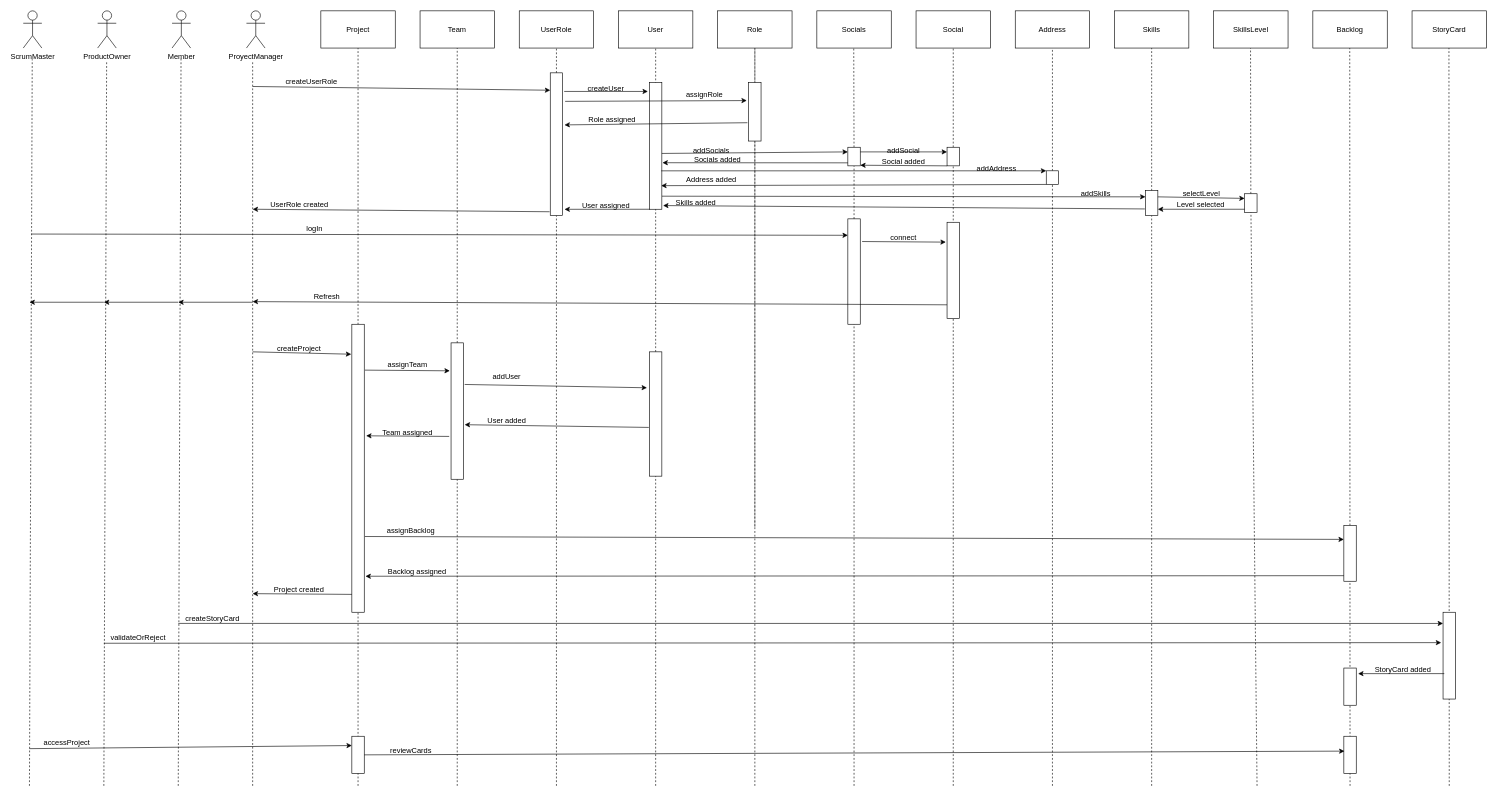
Above: Diagramas/Diagrama_de_interacciòn.drawio in DiegoMTZGlz/project_manager (draw.io), before the change. Source tidied: cells renumbered, new cells numbered last; positions are measured from the earlier drawing's top-left corner, leaving out a move shared by most shapes. Both pictures are drawn from the tidied source at 62%, with x=0, y=0 at pixel (23, 11).
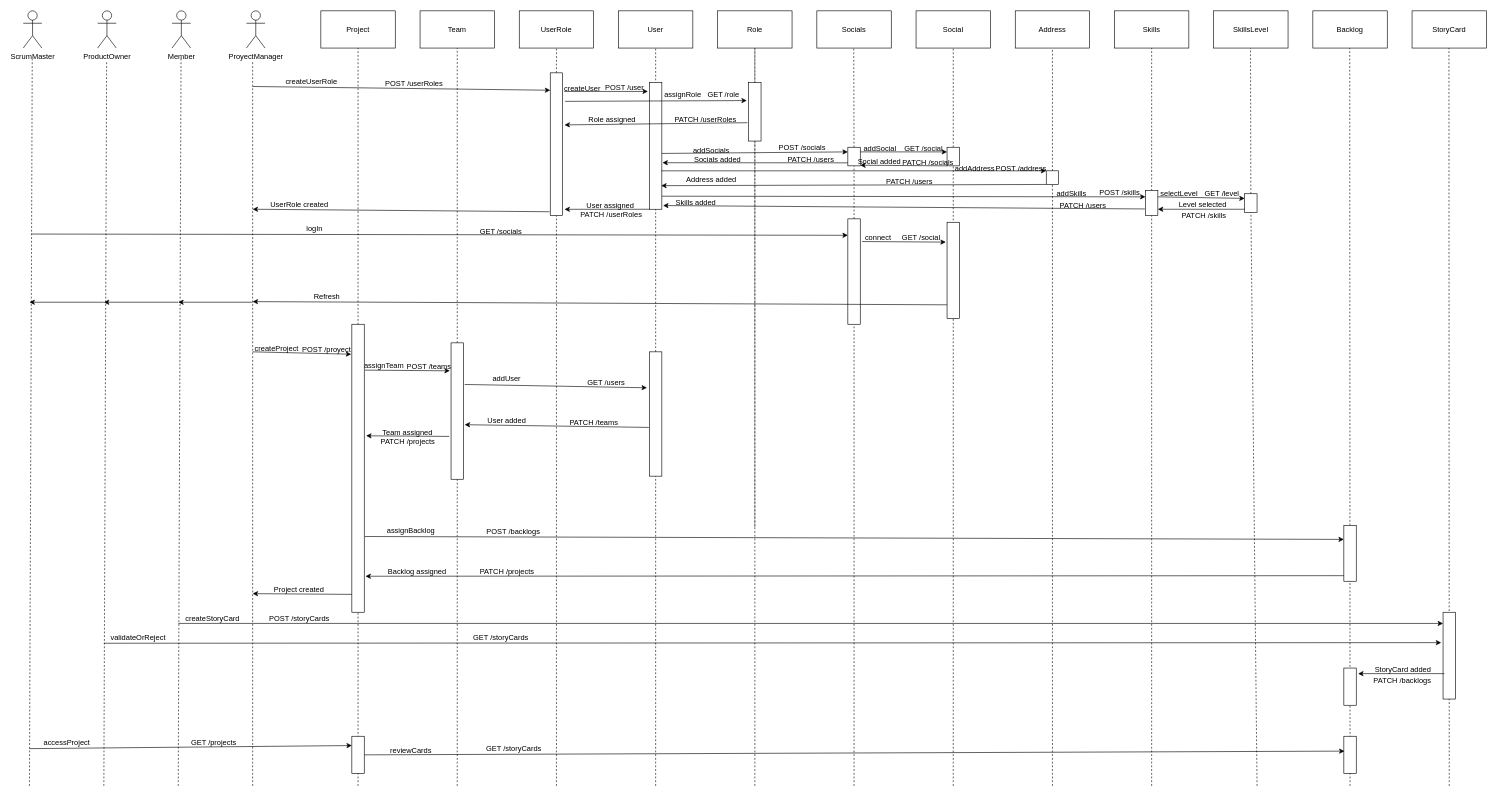
After the change.

Commit message (it also covers changes not shown here):
Actualizando diagrama de interacciòn

The edit, as a diff of the source:
```diff
@@
     <mxCell id="16" value="createProject" style="text;html=1;strokeColor=none;fillColor=none;align=center;verticalAlign=middle;whiteSpace=wrap;rounded=0;" parent="1" vertex="1">
-      <mxGeometry x="415" y="530" width="60" height="30" as="geometry" />
+      <mxGeometry x="379" y="530" width="60" height="30" as="geometry" />
     </mxCell>
@@
     <mxCell id="24" value="assignTeam" style="text;html=1;strokeColor=none;fillColor=none;align=center;verticalAlign=middle;whiteSpace=wrap;rounded=0;" parent="1" vertex="1">
-      <mxGeometry x="590" y="555.5" width="60" height="30" as="geometry" />
+      <mxGeometry x="552" y="557.5" width="60" height="30" as="geometry" />
     </mxCell>
@@
     <mxCell id="26" value="Team assigned" style="text;html=1;strokeColor=none;fillColor=none;align=center;verticalAlign=middle;whiteSpace=wrap;rounded=0;" parent="1" vertex="1">
-      <mxGeometry x="575" y="665.5" width="90" height="30" as="geometry" />
+      <mxGeometry x="575" y="664.5" width="90" height="30" as="geometry" />
     </mxCell>
@@
     <mxCell id="37" value="connect" style="text;html=1;strokeColor=none;fillColor=none;align=center;verticalAlign=middle;whiteSpace=wrap;rounded=0;" parent="1" vertex="1">
-      <mxGeometry x="1390" y="351" width="60" height="30" as="geometry" />
+      <mxGeometry x="1349" y="351" width="60" height="30" as="geometry" />
     </mxCell>
@@
     <mxCell id="42" value="addUser" style="text;html=1;strokeColor=none;fillColor=none;align=center;verticalAlign=middle;whiteSpace=wrap;rounded=0;" parent="1" vertex="1">
-      <mxGeometry x="750" y="575.5" width="60" height="30" as="geometry" />
+      <mxGeometry x="750" y="577.5" width="60" height="30" as="geometry" />
     </mxCell>
@@
     <mxCell id="52" value="createUser" style="text;html=1;strokeColor=none;fillColor=none;align=center;verticalAlign=middle;whiteSpace=wrap;rounded=0;" parent="1" vertex="1">
-      <mxGeometry x="910" y="110" width="60" height="30" as="geometry" />
+      <mxGeometry x="872" y="110" width="60" height="30" as="geometry" />
     </mxCell>
@@
     <mxCell id="59" value="User assigned" style="text;html=1;strokeColor=none;fillColor=none;align=center;verticalAlign=middle;whiteSpace=wrap;rounded=0;" parent="1" vertex="1">
-      <mxGeometry x="900" y="300" width="80" height="30" as="geometry" />
+      <mxGeometry x="907" y="300" width="80" height="30" as="geometry" />
     </mxCell>
@@
     <mxCell id="61" value="assignRole" style="text;html=1;strokeColor=none;fillColor=none;align=center;verticalAlign=middle;whiteSpace=wrap;rounded=0;" parent="1" vertex="1">
-      <mxGeometry x="1069" y="120" width="60" height="30" as="geometry" />
+      <mxGeometry x="1034" y="120" width="60" height="30" as="geometry" />
     </mxCell>
@@
     <mxCell id="73" value="addSocial" style="text;html=1;strokeColor=none;fillColor=none;align=center;verticalAlign=middle;whiteSpace=wrap;rounded=0;" parent="1" vertex="1">
-      <mxGeometry x="1390" y="210" width="60" height="30" as="geometry" />
+      <mxGeometry x="1352" y="208" width="60" height="30" as="geometry" />
     </mxCell>
     <mxCell id="74" value="Social added" style="text;html=1;strokeColor=none;fillColor=none;align=center;verticalAlign=middle;whiteSpace=wrap;rounded=0;" parent="1" vertex="1">
-      <mxGeometry x="1370" y="228" width="100" height="30" as="geometry" />
+      <mxGeometry x="1331" y="229" width="100" height="30" as="geometry" />
     </mxCell>
@@
     <mxCell id="81" value="addAddress" style="text;html=1;strokeColor=none;fillColor=none;align=center;verticalAlign=middle;whiteSpace=wrap;rounded=0;" parent="1" vertex="1">
-      <mxGeometry x="1540" y="240" width="60" height="30" as="geometry" />
+      <mxGeometry x="1505" y="240" width="60" height="30" as="geometry" />
     </mxCell>
@@
     <mxCell id="87" value="addSkills" style="text;html=1;strokeColor=none;fillColor=none;align=center;verticalAlign=middle;whiteSpace=wrap;rounded=0;" parent="1" vertex="1">
-      <mxGeometry x="1700" y="280" width="60" height="30" as="geometry" />
+      <mxGeometry x="1661" y="280" width="60" height="30" as="geometry" />
     </mxCell>
@@
     <mxCell id="94" value="selectLevel" style="text;html=1;align=center;verticalAlign=middle;strokeColor=none;fillColor=none;" parent="1" vertex="1">
-      <mxGeometry x="1860" y="280" width="80" height="30" as="geometry" />
+      <mxGeometry x="1824" y="280" width="80" height="30" as="geometry" />
     </mxCell>
     <mxCell id="95" value="Level selected" style="text;html=1;align=center;verticalAlign=middle;strokeColor=none;fillColor=none;" parent="1" vertex="1">
-      <mxGeometry x="1849" y="298" width="100" height="30" as="geometry" />
+      <mxGeometry x="1852" y="298" width="100" height="30" as="geometry" />
     </mxCell>
@@
+    <mxCell id="132" value="POST /user" style="text;html=1;strokeColor=none;fillColor=none;align=center;verticalAlign=middle;whiteSpace=wrap;rounded=0;" parent="1" vertex="1">
+      <mxGeometry x="935" y="109" width="70" height="30" as="geometry" />
+    </mxCell>
+    <mxCell id="133" value="POST /proyect" style="text;html=1;align=center;verticalAlign=middle;strokeColor=none;fillColor=none;" parent="1" vertex="1">
+      <mxGeometry x="439" y="530.5" width="100" height="30" as="geometry" />
+    </mxCell>
+    <mxCell id="134" value="POST /userRoles" style="text;html=1;strokeColor=none;fillColor=none;align=center;verticalAlign=middle;whiteSpace=wrap;rounded=0;" parent="1" vertex="1">
+      <mxGeometry x="581" y="102" width="99" height="30" as="geometry" />
+    </mxCell>
+    <mxCell id="135" value="POST /storyCards" style="text;html=1;align=center;verticalAlign=middle;strokeColor=none;fillColor=none;" parent="1" vertex="1">
+      <mxGeometry x="385" y="966" width="120" height="30" as="geometry" />
+    </mxCell>
+    <mxCell id="136" value="GET /projects" style="text;html=1;align=center;verticalAlign=middle;strokeColor=none;fillColor=none;" parent="1" vertex="1">
+      <mxGeometry x="257" y="1165" width="100" height="30" as="geometry" />
+    </mxCell>
+    <mxCell id="137" value="GET /storyCards" style="text;html=1;align=center;verticalAlign=middle;strokeColor=none;fillColor=none;" parent="1" vertex="1">
+      <mxGeometry x="736" y="1176" width="110" height="30" as="geometry" />
+    </mxCell>
+    <mxCell id="138" value="GET /role" style="text;html=1;align=center;verticalAlign=middle;strokeColor=none;fillColor=none;" parent="1" vertex="1">
+      <mxGeometry x="1094" y="121" width="70" height="30" as="geometry" />
+    </mxCell>
+    <mxCell id="139" value="POST /socials" style="text;html=1;align=center;verticalAlign=middle;strokeColor=none;fillColor=none;" parent="1" vertex="1">
+      <mxGeometry x="1206" y="206" width="100" height="30" as="geometry" />
+    </mxCell>
+    <mxCell id="140" value="GET /social" style="text;html=1;align=center;verticalAlign=middle;strokeColor=none;fillColor=none;" parent="1" vertex="1">
+      <mxGeometry x="1407" y="208" width="90" height="30" as="geometry" />
+    </mxCell>
+    <mxCell id="141" value="POST /address" style="text;html=1;align=center;verticalAlign=middle;strokeColor=none;fillColor=none;" parent="1" vertex="1">
+      <mxGeometry x="1559" y="239" width="100" height="30" as="geometry" />
+    </mxCell>
+    <mxCell id="142" value="POST /skills" style="text;html=1;align=center;verticalAlign=middle;strokeColor=none;fillColor=none;" parent="1" vertex="1">
+      <mxGeometry x="1723" y="279" width="90" height="30" as="geometry" />
+    </mxCell>
+    <mxCell id="143" value="GET /level" style="text;html=1;align=center;verticalAlign=middle;strokeColor=none;fillColor=none;" parent="1" vertex="1">
+      <mxGeometry x="1893" y="280" width="80" height="30" as="geometry" />
+    </mxCell>
+    <mxCell id="144" value="GET /socials" style="text;html=1;align=center;verticalAlign=middle;strokeColor=none;fillColor=none;" parent="1" vertex="1">
+      <mxGeometry x="725" y="341" width="90" height="30" as="geometry" />
+    </mxCell>
+    <mxCell id="145" value="GET /social" style="text;html=1;align=center;verticalAlign=middle;strokeColor=none;fillColor=none;" parent="1" vertex="1">
+      <mxGeometry x="1403" y="351" width="90" height="30" as="geometry" />
+    </mxCell>
+    <mxCell id="146" value="POST /teams" style="text;html=1;align=center;verticalAlign=middle;strokeColor=none;fillColor=none;" parent="1" vertex="1">
+      <mxGeometry x="609" y="559" width="90" height="30" as="geometry" />
+    </mxCell>
+    <mxCell id="147" value="GET /users" style="text;html=1;align=center;verticalAlign=middle;strokeColor=none;fillColor=none;" parent="1" vertex="1">
+      <mxGeometry x="900" y="584.5" width="80" height="30" as="geometry" />
+    </mxCell>
+    <mxCell id="148" value="POST /backlogs" style="text;html=1;align=center;verticalAlign=middle;strokeColor=none;fillColor=none;" parent="1" vertex="1">
+      <mxGeometry x="735" y="826" width="110" height="30" as="geometry" />
+    </mxCell>
+    <mxCell id="149" value="GET /storyCards" style="text;html=1;align=center;verticalAlign=middle;strokeColor=none;fillColor=none;" parent="1" vertex="1">
+      <mxGeometry x="715" y="997" width="110" height="30" as="geometry" />
+    </mxCell>
+    <mxCell id="150" value="PATCH /userRoles" style="text;html=1;align=center;verticalAlign=middle;strokeColor=none;fillColor=none;" parent="1" vertex="1">
+      <mxGeometry x="1040" y="160" width="120" height="30" as="geometry" />
+    </mxCell>
+    <mxCell id="151" value="PATCH /socials" style="text;html=1;align=center;verticalAlign=middle;strokeColor=none;fillColor=none;" parent="1" vertex="1">
+      <mxGeometry x="1409" y="230" width="100" height="30" as="geometry" />
+    </mxCell>
+    <mxCell id="152" value="PATCH /users" style="text;html=1;align=center;verticalAlign=middle;strokeColor=none;fillColor=none;" parent="1" vertex="1">
+      <mxGeometry x="1220" y="225" width="100" height="30" as="geometry" />
+    </mxCell>
+    <mxCell id="153" value="PATCH /users" style="text;html=1;align=center;verticalAlign=middle;strokeColor=none;fillColor=none;" parent="1" vertex="1">
+      <mxGeometry x="1379" y="260" width="100" height="30" as="geometry" />
+    </mxCell>
+    <mxCell id="154" value="PATCH /userRoles" style="text;html=1;align=center;verticalAlign=middle;strokeColor=none;fillColor=none;" parent="1" vertex="1">
+      <mxGeometry x="888" y="314" width="120" height="30" as="geometry" />
+    </mxCell>
+    <mxCell id="155" value="PATCH /skills" style="text;html=1;align=center;verticalAlign=middle;strokeColor=none;fillColor=none;" parent="1" vertex="1">
+      <mxGeometry x="1859" y="316" width="90" height="30" as="geometry" />
+    </mxCell>
+    <mxCell id="156" value="PATCH /users" style="text;html=1;align=center;verticalAlign=middle;strokeColor=none;fillColor=none;" parent="1" vertex="1">
+      <mxGeometry x="1659" y="300" width="100" height="30" as="geometry" />
+    </mxCell>
+    <mxCell id="157" value="PATCH /teams" style="text;html=1;align=center;verticalAlign=middle;strokeColor=none;fillColor=none;" parent="1" vertex="1">
+      <mxGeometry x="870" y="648.5" width="100" height="30" as="geometry" />
+    </mxCell>
+    <mxCell id="158" value="PATCH /projects" style="text;html=1;align=center;verticalAlign=middle;strokeColor=none;fillColor=none;" parent="1" vertex="1">
+      <mxGeometry x="565" y="679.5" width="110" height="30" as="geometry" />
+    </mxCell>
+    <mxCell id="159" value="PATCH /projects" style="text;html=1;align=center;verticalAlign=middle;strokeColor=none;fillColor=none;" parent="1" vertex="1">
+      <mxGeometry x="725" y="890" width="110" height="30" as="geometry" />
+    </mxCell>
+    <mxCell id="160" value="PATCH /backlogs" style="text;html=1;align=center;verticalAlign=middle;strokeColor=none;fillColor=none;" parent="1" vertex="1">
+      <mxGeometry x="2164" y="1065" width="120" height="30" as="geometry" />
+    </mxCell>
```
